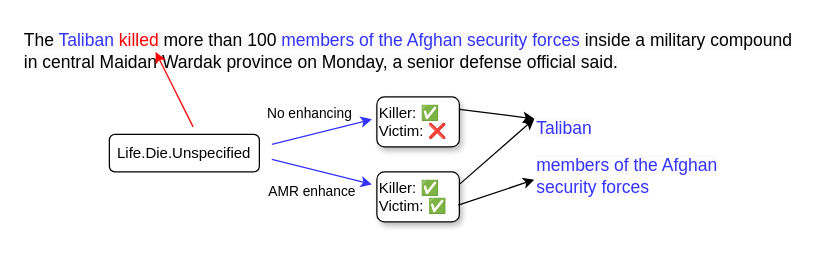
Before: case_study.drawio in crawlerWPS/drawing, a draw.io diagram. Source tidied: cells renumbered, new cells numbered last; positions are measured from the earlier drawing's top-left corner, leaving out a move shared by most shapes. Both pictures are drawn from the tidied source at 125%, with x=0, y=0 at pixel (21, 21).
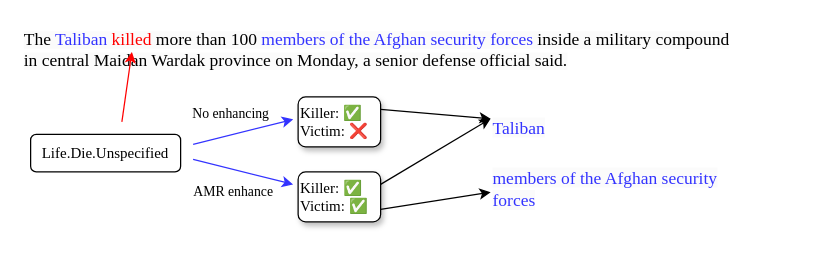
The same page after the edit.

The edit, as a diff of the source:
```diff
@@
-    <mxCell id="2" value="&lt;span style=&quot;font-family: Helvetica; font-style: normal; font-variant-ligatures: normal; font-variant-caps: normal; font-weight: 400; letter-spacing: normal; orphans: 2; text-align: center; text-indent: 0px; text-transform: none; widows: 2; word-spacing: 0px; -webkit-text-stroke-width: 0px; background-color: rgb(251, 251, 251); text-decoration-thickness: initial; text-decoration-style: initial; text-decoration-color: initial; float: none; display: inline !important;&quot;&gt;&lt;font style=&quot;font-size: 14px;&quot;&gt;The &lt;font color=&quot;#3333ff&quot;&gt;Taliban&lt;/font&gt; &lt;font color=&quot;#ff0000&quot;&gt;killed&lt;/font&gt; more than 100 &lt;font color=&quot;#3333ff&quot;&gt;members of the Afghan security forces&lt;/font&gt; inside a military compound in central Maidan Wardak province on Monday, a senior defense official said.&lt;/font&gt;&lt;/span&gt;" style="text;whiteSpace=wrap;html=1;" parent="1" vertex="1">
-      <mxGeometry width="630" height="50" as="geometry" />
+    <mxCell id="2" value="&lt;span style=&quot;font-style: normal; font-variant-ligatures: normal; font-variant-caps: normal; font-weight: 400; letter-spacing: normal; orphans: 2; text-align: center; text-indent: 0px; text-transform: none; widows: 2; word-spacing: 0px; -webkit-text-stroke-width: 0px; background-color: rgb(251, 251, 251); text-decoration-thickness: initial; text-decoration-style: initial; text-decoration-color: initial; float: none; display: inline !important;&quot;&gt;&lt;font face=&quot;Times New Roman&quot; style=&quot;font-size: 14px;&quot;&gt;The &lt;font style=&quot;&quot; color=&quot;#3333ff&quot;&gt;Taliban&lt;/font&gt; &lt;font style=&quot;&quot; color=&quot;#ff0000&quot;&gt;killed&lt;/font&gt; more than 100 &lt;font style=&quot;&quot; color=&quot;#3333ff&quot;&gt;members of the Afghan security forces&lt;/font&gt; inside a military compound in central Maidan Wardak province on Monday, a senior defense official said.&lt;/font&gt;&lt;/span&gt;" style="text;whiteSpace=wrap;html=1;" parent="1" vertex="1">
+      <mxGeometry width="570" height="50" as="geometry" />
     </mxCell>
-    <mxCell id="3" value="Life.Die.Unspecified" style="rounded=1;whiteSpace=wrap;html=1;" parent="1" vertex="1">
-      <mxGeometry x="70" y="90" width="120" height="30" as="geometry" />
+    <mxCell id="3" value="&lt;font face=&quot;Times New Roman&quot;&gt;Life.Die.Unspecified&lt;/font&gt;" style="rounded=1;whiteSpace=wrap;html=1;" parent="1" vertex="1">
+      <mxGeometry x="7" y="90" width="120" height="30" as="geometry" />
     </mxCell>
     <mxCell id="4" style="endArrow=classic;html=1;rounded=0;strokeColor=#FF0000;" parent="1" edge="1">
       <mxGeometry relative="1" as="geometry">
-        <mxPoint x="137" y="84" as="sourcePoint" />
-        <mxPoint x="107" y="24" as="targetPoint" />
+        <mxPoint x="80" y="80" as="sourcePoint" />
+        <mxPoint x="88" y="24" as="targetPoint" />
       </mxGeometry>
     </mxCell>
     <mxCell id="5" style="endArrow=classic;html=1;rounded=0;strokeColor=#3333FF;" parent="1" edge="1">
       <mxGeometry relative="1" as="geometry">
-        <mxPoint x="200" y="98" as="sourcePoint" />
-        <mxPoint x="280" y="78" as="targetPoint" />
+        <mxPoint x="137" y="98" as="sourcePoint" />
+        <mxPoint x="217" y="78" as="targetPoint" />
       </mxGeometry>
     </mxCell>
-    <mxCell id="6" value="No enhancing" style="edgeLabel;html=1;align=center;verticalAlign=middle;" parent="5" vertex="1">
+    <mxCell id="6" value="&lt;font face=&quot;Times New Roman&quot;&gt;No enhancing&lt;/font&gt;" style="edgeLabel;html=1;align=center;verticalAlign=middle;" parent="5" vertex="1">
       <mxGeometry x="-0.19" relative="1" as="geometry">
         <mxPoint x="-3" y="-17" as="offset" />
       </mxGeometry>
     </mxCell>
     <mxCell id="7" style="endArrow=classic;html=1;rounded=0;strokeColor=#3333FF;" parent="1" edge="1">
       <mxGeometry relative="1" as="geometry">
-        <mxPoint x="200" y="110" as="sourcePoint" />
-        <mxPoint x="280" y="130" as="targetPoint" />
+        <mxPoint x="137" y="110" as="sourcePoint" />
+        <mxPoint x="217" y="130" as="targetPoint" />
       </mxGeometry>
     </mxCell>
-    <mxCell id="8" value="AMR enhance" style="edgeLabel;html=1;align=center;verticalAlign=middle;" parent="7" vertex="1">
+    <mxCell id="8" value="&lt;font face=&quot;Times New Roman&quot;&gt;AMR enhance&lt;/font&gt;" style="edgeLabel;html=1;align=center;verticalAlign=middle;" parent="7" vertex="1">
       <mxGeometry x="-0.58" relative="1" as="geometry">
         <mxPoint x="15" y="21" as="offset" />
       </mxGeometry>
     </mxCell>
-    <mxCell id="9" value="&lt;div style=&quot;&quot;&gt;&lt;span style=&quot;background-color: initial;&quot;&gt;Killer: &lt;font color=&quot;#3333ff&quot;&gt;✅&lt;/font&gt;&lt;/span&gt;&lt;/div&gt;&lt;div style=&quot;&quot;&gt;&lt;span style=&quot;background-color: initial;&quot;&gt;Victim: ❌&lt;/span&gt;&lt;/div&gt;" style="whiteSpace=wrap;html=1;align=left;rounded=1;shadow=1;" parent="1" vertex="1">
-      <mxGeometry x="284" y="60" width="66" height="40" as="geometry" />
+    <mxCell id="9" value="&lt;div style=&quot;&quot;&gt;&lt;span style=&quot;background-color: initial;&quot;&gt;&lt;font face=&quot;Times New Roman&quot;&gt;Killer: &lt;/font&gt;&lt;font color=&quot;#3333ff&quot;&gt;✅&lt;/font&gt;&lt;/span&gt;&lt;/div&gt;&lt;div style=&quot;&quot;&gt;&lt;span style=&quot;background-color: initial;&quot;&gt;&lt;font face=&quot;Times New Roman&quot;&gt;Victim:&lt;/font&gt; ❌&lt;/span&gt;&lt;/div&gt;" style="whiteSpace=wrap;html=1;align=left;rounded=1;shadow=1;" parent="1" vertex="1">
+      <mxGeometry x="221" y="60" width="66" height="40" as="geometry" />
     </mxCell>
-    <mxCell id="10" value="&lt;div style=&quot;&quot;&gt;&lt;span style=&quot;background-color: initial;&quot;&gt;Killer: &lt;font color=&quot;#3333ff&quot;&gt;✅&lt;/font&gt;&lt;/span&gt;&lt;/div&gt;&lt;div style=&quot;&quot;&gt;&lt;span style=&quot;background-color: initial;&quot;&gt;Victim: ✅&lt;/span&gt;&lt;/div&gt;" style="whiteSpace=wrap;html=1;align=left;rounded=1;glass=0;shadow=1;" parent="1" vertex="1">
-      <mxGeometry x="284" y="120" width="66" height="40" as="geometry" />
+    <mxCell id="10" value="&lt;div style=&quot;&quot;&gt;&lt;span style=&quot;background-color: initial;&quot;&gt;&lt;font face=&quot;Times New Roman&quot;&gt;Killer:&lt;/font&gt; &lt;font color=&quot;#3333ff&quot;&gt;✅&lt;/font&gt;&lt;/span&gt;&lt;/div&gt;&lt;div style=&quot;&quot;&gt;&lt;span style=&quot;background-color: initial;&quot;&gt;&lt;font face=&quot;Times New Roman&quot;&gt;Victim:&lt;/font&gt; ✅&lt;/span&gt;&lt;/div&gt;" style="whiteSpace=wrap;html=1;align=left;rounded=1;glass=0;shadow=1;" parent="1" vertex="1">
+      <mxGeometry x="221" y="120" width="66" height="40" as="geometry" />
     </mxCell>
-    <mxCell id="11" value="&lt;span style=&quot;color: rgb(51, 51, 255); font-family: Helvetica; font-size: 14px; font-style: normal; font-variant-ligatures: normal; font-variant-caps: normal; font-weight: 400; letter-spacing: normal; orphans: 2; text-align: center; text-indent: 0px; text-transform: none; widows: 2; word-spacing: 0px; -webkit-text-stroke-width: 0px; background-color: rgb(251, 251, 251); text-decoration-thickness: initial; text-decoration-style: initial; text-decoration-color: initial; float: none; display: inline !important;&quot;&gt;Taliban&lt;/span&gt;" style="text;whiteSpace=wrap;html=1;strokeColor=none;" parent="1" vertex="1">
-      <mxGeometry x="410" y="70" width="80" height="30" as="geometry" />
+    <mxCell id="11" value="&lt;span style=&quot;color: rgb(51, 51, 255); font-size: 14px; font-style: normal; font-variant-ligatures: normal; font-variant-caps: normal; font-weight: 400; letter-spacing: normal; orphans: 2; text-align: center; text-indent: 0px; text-transform: none; widows: 2; word-spacing: 0px; -webkit-text-stroke-width: 0px; background-color: rgb(251, 251, 251); text-decoration-thickness: initial; text-decoration-style: initial; text-decoration-color: initial; float: none; display: inline !important;&quot;&gt;&lt;font face=&quot;Times New Roman&quot;&gt;Taliban&lt;/font&gt;&lt;/span&gt;" style="text;whiteSpace=wrap;html=1;strokeColor=none;" parent="1" vertex="1">
+      <mxGeometry x="375" y="70" width="80" height="30" as="geometry" />
     </mxCell>
-    <mxCell id="12" value="&lt;span style=&quot;color: rgb(51, 51, 255); font-family: Helvetica; font-size: 14px; font-style: normal; font-variant-ligatures: normal; font-variant-caps: normal; font-weight: 400; letter-spacing: normal; orphans: 2; text-align: center; text-indent: 0px; text-transform: none; widows: 2; word-spacing: 0px; -webkit-text-stroke-width: 0px; background-color: rgb(251, 251, 251); text-decoration-thickness: initial; text-decoration-style: initial; text-decoration-color: initial; float: none; display: inline !important;&quot;&gt;members of the Afghan security forces&lt;/span&gt;" style="text;whiteSpace=wrap;html=1;" parent="1" vertex="1">
-      <mxGeometry x="410" y="100" width="192" height="35" as="geometry" />
+    <mxCell id="12" value="&lt;span style=&quot;color: rgb(51, 51, 255); font-size: 14px; font-style: normal; font-variant-ligatures: normal; font-variant-caps: normal; font-weight: 400; letter-spacing: normal; orphans: 2; text-align: center; text-indent: 0px; text-transform: none; widows: 2; word-spacing: 0px; -webkit-text-stroke-width: 0px; background-color: rgb(251, 251, 251); text-decoration-thickness: initial; text-decoration-style: initial; text-decoration-color: initial; float: none; display: inline !important;&quot;&gt;&lt;font face=&quot;Times New Roman&quot;&gt;members of the Afghan security forces&lt;/font&gt;&lt;/span&gt;" style="text;whiteSpace=wrap;html=1;" parent="1" vertex="1">
+      <mxGeometry x="375" y="110" width="192" height="35" as="geometry" />
     </mxCell>
@@
-    <mxCell id="14" style="endArrow=classic;html=1;rounded=0;entryX=0;entryY=0.75;entryDx=0;entryDy=0;exitX=0.986;exitY=0.665;exitDx=0;exitDy=0;exitPerimeter=0;" parent="1" edge="1" source="10" target="12">
+    <mxCell id="14" style="endArrow=classic;html=1;rounded=0;entryX=0;entryY=0.75;entryDx=0;entryDy=0;exitX=1;exitY=0.75;exitDx=0;exitDy=0;" parent="1" edge="1" source="10" target="12">
       <mxGeometry relative="1" as="geometry" />
     </mxCell>
```
